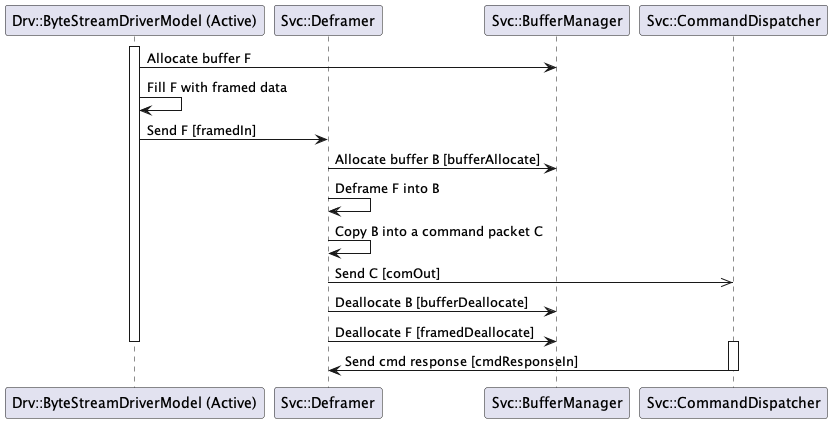
The PlantUML diagram Svc/Deframer/docs/img/active-cmd-packet.png in nasa/fprime, before a commit.
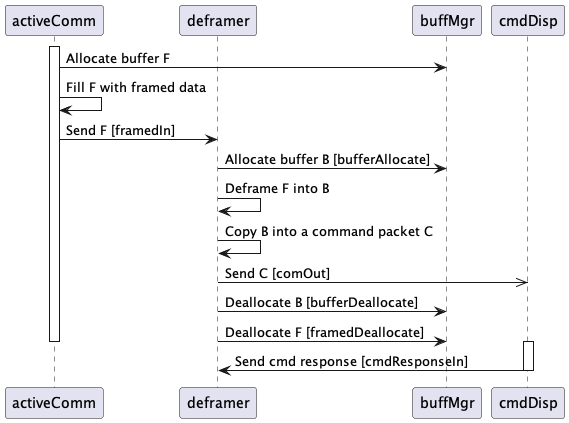
After the commit.

Commit message:
Revise Deframer SDD

The edit, as a diff of the source:
```diff
@@ -1,27 +1,27 @@
 @startuml
 
-participant "Drv::ByteStreamDriverModel (Active)" order 1
-participant "Svc::Deframer" order 2
-participant "Svc::BufferManager" order 3
-participant "Svc::CommandDispatcher" order 4
+participant activeComm order 1
+participant deframer order 2
+participant buffMgr order 3
+participant cmdDisp order 4
 
-activate "Drv::ByteStreamDriverModel (Active)"
+activate activeComm
 
-"Drv::ByteStreamDriverModel (Active)" -> "Svc::BufferManager": Allocate buffer F
-"Drv::ByteStreamDriverModel (Active)" -> "Drv::ByteStreamDriverModel (Active)": Fill F with framed data
-"Drv::ByteStreamDriverModel (Active)" -> "Svc::Deframer": Send F [framedIn]
+activeComm -> buffMgr: Allocate buffer F
+activeComm -> activeComm: Fill F with framed data
+activeComm -> deframer: Send F [framedIn]
 
-"Svc::Deframer" -> "Svc::BufferManager": Allocate buffer B [bufferAllocate]
-"Svc::Deframer" -> "Svc::Deframer": Deframe F into B
-"Svc::Deframer" -> "Svc::Deframer": Copy B into a command packet C
-"Svc::Deframer" ->> "Svc::CommandDispatcher": Send C [comOut]
-"Svc::Deframer" -> "Svc::BufferManager": Deallocate B [bufferDeallocate]
-"Svc::Deframer" -> "Svc::BufferManager": Deallocate F [framedDeallocate]
+deframer -> buffMgr: Allocate buffer B [bufferAllocate]
+deframer -> deframer: Deframe F into B
+deframer -> deframer: Copy B into a command packet C
+deframer ->> cmdDisp: Send C [comOut]
+deframer -> buffMgr: Deallocate B [bufferDeallocate]
+deframer -> buffMgr: Deallocate F [framedDeallocate]
 
-deactivate "Drv::ByteStreamDriverModel (Active)"
+deactivate activeComm
 
-activate "Svc::CommandDispatcher"
-"Svc::CommandDispatcher" -> "Svc::Deframer": Send cmd response [cmdResponseIn]
-deactivate "Svc::CommandDispatcher"
+activate cmdDisp
+cmdDisp -> deframer: Send cmd response [cmdResponseIn]
+deactivate cmdDisp
 
 @enduml
```
